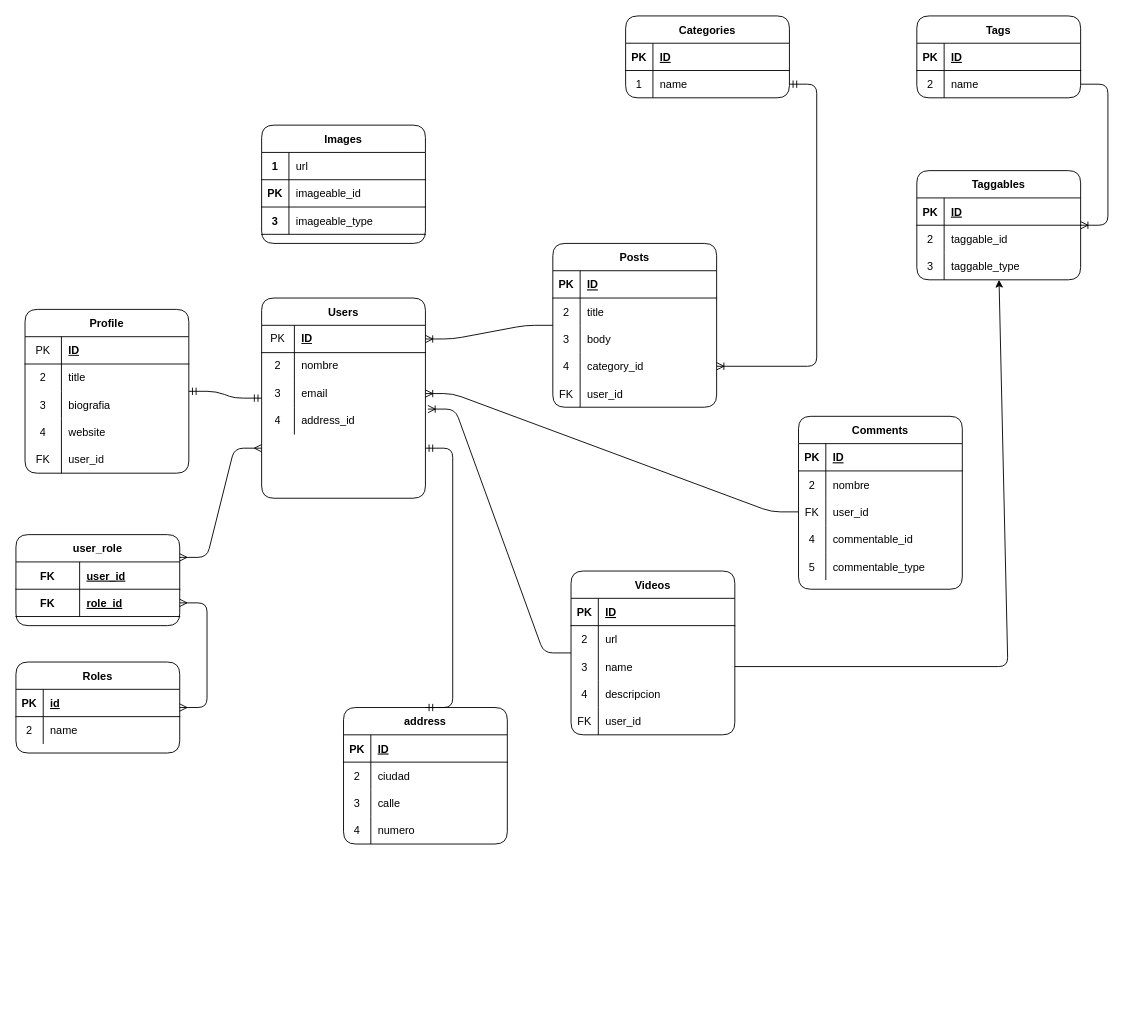
The draw.io diagram Diagramas/DiagramaDB.drawio in alansanchez96/PostsApp-Laravel, before the edit. Source tidied: cells renumbered, new cells numbered last; positions are measured from the earlier drawing's top-left corner, leaving out a move shared by most shapes. Both pictures are drawn from the tidied source at 91%, with x=0, y=0 at pixel (15, 15).
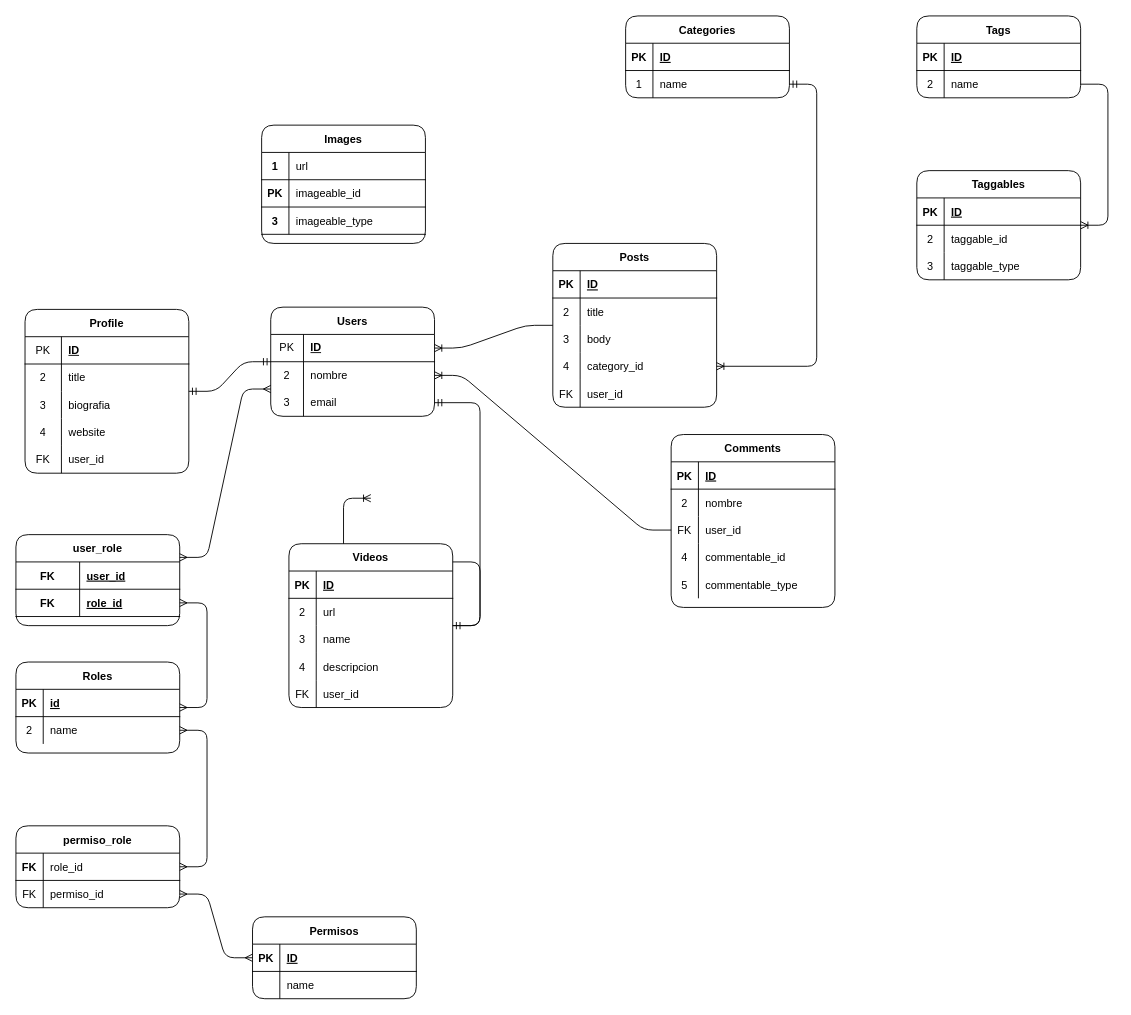
Above is the later version.

Commit message:
Eliminando dato compuesto: Address

Unchanged cells that the change refers to:
```xml
<mxCell id="9" style="shape=partialRectangle;fillColor=none;top=0;left=0;bottom=0;right=0;points=[[0,0.5],[1,0.5]];portConstraint=eastwest;rounded=1;" parent="5" vertex="1">
  <mxGeometry y="60" width="180" height="30" as="geometry" />
</mxCell>
<mxCell id="38" style="shape=partialRectangle;fillColor=none;top=0;left=0;bottom=0;right=0;points=[[0,0.5],[1,0.5]];portConstraint=eastwest;rounded=1;" parent="31" vertex="1">
  <mxGeometry y="90" width="180" height="30" as="geometry" />
</mxCell>
<mxCell id="67" style="shape=partialRectangle;html=1;whiteSpace=wrap;fillColor=none;top=0;left=0;bottom=0;right=0;points=[[0,0.5],[1,0.5]];portConstraint=eastwest;rounded=1;" parent="63" vertex="1">
  <mxGeometry y="60" width="180" height="30" as="geometry" />
</mxCell>
<mxCell id="70" style="shape=partialRectangle;html=1;whiteSpace=wrap;fillColor=none;top=0;left=0;bottom=0;right=0;points=[[0,0.5],[1,0.5]];portConstraint=eastwest;rounded=1;" parent="63" vertex="1">
  <mxGeometry y="90" width="180" height="30" as="geometry" />
</mxCell>
<mxCell id="99" style="shape=partialRectangle;fillColor=none;top=0;left=0;bottom=0;right=0;points=[[0,0.5],[1,0.5]];portConstraint=eastwest;rounded=1;" parent="92" vertex="1">
  <mxGeometry y="90" width="180" height="30" as="geometry" />
</mxCell>
<mxCell id="122" style="shape=partialRectangle;fillColor=none;top=0;left=0;bottom=0;right=0;points=[[0,0.5],[1,0.5]];portConstraint=eastwest;rounded=1;" parent="115" vertex="1">
  <mxGeometry y="90" width="180" height="30" as="geometry" />
</mxCell>
```

Change to the diagram source:
```diff
@@
-    <mxCell id="4" style="edgeStyle=entityRelationEdgeStyle;fontSize=12;html=1;endArrow=ERoneToMany;rounded=1;entryX=1.015;entryY=0.068;entryDx=0;entryDy=0;entryPerimeter=0;" parent="1" edge="1" source="92" target="73">
-      <mxGeometry relative="1" as="geometry" />
+    <mxCell id="4" style="edgeStyle=entityRelationEdgeStyle;fontSize=12;html=1;endArrow=ERoneToMany;rounded=1;entryX=1.015;entryY=0.068;entryDx=0;entryDy=0;entryPerimeter=0;" parent="1" edge="1" source="92">
+      <mxGeometry relative="1" as="geometry">
+        <mxPoint x="390" y="530" as="targetPoint" />
+      </mxGeometry>
     </mxCell>
@@
     <mxCell id="31" value="Comments" style="shape=table;startSize=30;childLayout=tableLayout;rowLines=0;fontStyle=1;align=center;rounded=1;" parent="1" vertex="1">
-      <mxGeometry x="860" y="440" width="180" height="190" as="geometry" />
+      <mxGeometry x="720" y="460" width="180" height="190" as="geometry" />
     </mxCell>
@@
     <mxCell id="63" value="Users" style="shape=table;startSize=30;childLayout=tableLayout;rowLines=0;fontStyle=1;align=center;rounded=1;" parent="1" vertex="1">
-      <mxGeometry x="270" y="310" width="180" height="220" as="geometry" />
+      <mxGeometry x="280" y="320" width="180" height="120" as="geometry" />
     </mxCell>
@@
-    <mxCell id="73" style="shape=partialRectangle;html=1;whiteSpace=wrap;fillColor=none;top=0;left=0;bottom=0;right=0;points=[[0,0.5],[1,0.5]];portConstraint=eastwest;rounded=1;" parent="63" vertex="1">
-      <mxGeometry y="120" width="180" height="30" as="geometry" />
-    </mxCell>
-    <mxCell id="74" value="4" style="shape=partialRectangle;html=1;whiteSpace=wrap;fillColor=none;top=0;left=0;bottom=0;right=0;overflow=hidden;rounded=1;" parent="73" vertex="1">
-      <mxGeometry width="36" height="30" as="geometry" />
-    </mxCell>
-    <mxCell id="75" value="address_id" style="shape=partialRectangle;html=1;whiteSpace=wrap;fillColor=none;top=0;left=0;bottom=0;right=0;align=left;spacingLeft=6;overflow=hidden;rounded=1;" parent="73" vertex="1">
-      <mxGeometry x="36" width="144" height="30" as="geometry" />
-    </mxCell>
@@
     <mxCell id="92" value="Videos" style="shape=table;startSize=30;childLayout=tableLayout;rowLines=0;fontStyle=1;align=center;rounded=1;" parent="1" vertex="1">
-      <mxGeometry x="610" y="610" width="180" height="180" as="geometry" />
+      <mxGeometry x="300" y="580" width="180" height="180" as="geometry" />
     </mxCell>
@@
-    <mxCell id="126" style="edgeStyle=none;rounded=1;html=1;exitX=1;exitY=0.5;exitDx=0;exitDy=0;" parent="1" edge="1" source="99" target="122">
-      <mxGeometry relative="1" as="geometry">
-        <Array as="points">
-          <mxPoint x="1090" y="715" />
-        </Array>
-      </mxGeometry>
-    </mxCell>
-    <mxCell id="127" style="edgeStyle=entityRelationEdgeStyle;fontSize=12;html=1;endArrow=ERoneToMany;rounded=1;exitX=0;exitY=0.5;exitDx=0;exitDy=0;entryX=1;entryY=0.5;entryDx=0;entryDy=0;" parent="1" edge="1" source="38" target="70">
+    <mxCell id="127" style="edgeStyle=entityRelationEdgeStyle;fontSize=12;html=1;endArrow=ERoneToMany;rounded=1;exitX=0;exitY=0.5;exitDx=0;exitDy=0;entryX=1;entryY=0.5;entryDx=0;entryDy=0;" parent="1" edge="1" source="38" target="67">
       <mxGeometry relative="1" as="geometry" />
     </mxCell>
-    <mxCell id="128" value="address" style="shape=table;startSize=30;childLayout=tableLayout;rowLines=0;fontStyle=1;align=center;rounded=1;" parent="1" vertex="1">
-      <mxGeometry x="360" y="760" width="180" height="150" as="geometry" />
-    </mxCell>
-    <mxCell id="129" style="shape=partialRectangle;fillColor=none;top=0;left=0;bottom=1;right=0;rounded=1;" parent="128" vertex="1">
-      <mxGeometry y="30" width="180" height="30" as="geometry" />
-    </mxCell>
-    <mxCell id="130" value="PK" style="shape=partialRectangle;fillColor=none;top=0;left=0;bottom=0;right=0;fontStyle=1;overflow=hidden;rounded=1;" parent="129" vertex="1">
-      <mxGeometry width="30" height="30" as="geometry" />
-    </mxCell>
-    <mxCell id="131" value="ID" style="shape=partialRectangle;fillColor=none;top=0;left=0;bottom=0;right=0;align=left;spacingLeft=6;fontStyle=5;overflow=hidden;rounded=1;" parent="129" vertex="1">
-      <mxGeometry x="30" width="150" height="30" as="geometry" />
-    </mxCell>
-    <mxCell id="132" style="shape=partialRectangle;fillColor=none;top=0;left=0;bottom=0;right=0;rounded=1;" parent="128" vertex="1">
-      <mxGeometry y="60" width="180" height="30" as="geometry" />
-    </mxCell>
-    <mxCell id="133" value="2" style="shape=partialRectangle;fillColor=none;top=0;left=0;bottom=0;right=0;overflow=hidden;rounded=1;" parent="132" vertex="1">
-      <mxGeometry width="30" height="30" as="geometry" />
-    </mxCell>
-    <mxCell id="134" value="ciudad" style="shape=partialRectangle;fillColor=none;top=0;left=0;bottom=0;right=0;align=left;spacingLeft=6;overflow=hidden;rounded=1;" parent="132" vertex="1">
-      <mxGeometry x="30" width="150" height="30" as="geometry" />
-    </mxCell>
-    <mxCell id="135" style="shape=partialRectangle;fillColor=none;top=0;left=0;bottom=0;right=0;rounded=1;" parent="128" vertex="1">
-      <mxGeometry y="90" width="180" height="30" as="geometry" />
-    </mxCell>
-    <mxCell id="136" value="3" style="shape=partialRectangle;fillColor=none;top=0;left=0;bottom=0;right=0;overflow=hidden;rounded=1;" parent="135" vertex="1">
-      <mxGeometry width="30" height="30" as="geometry" />
-    </mxCell>
-    <mxCell id="137" value="calle" style="shape=partialRectangle;fillColor=none;top=0;left=0;bottom=0;right=0;align=left;spacingLeft=6;overflow=hidden;rounded=1;" parent="135" vertex="1">
-      <mxGeometry x="30" width="150" height="30" as="geometry" />
-    </mxCell>
-    <mxCell id="138" style="shape=partialRectangle;fillColor=none;top=0;left=0;bottom=0;right=0;rounded=1;" parent="128" vertex="1">
-      <mxGeometry y="120" width="180" height="30" as="geometry" />
-    </mxCell>
-    <mxCell id="139" value="4" style="shape=partialRectangle;fillColor=none;top=0;left=0;bottom=0;right=0;overflow=hidden;rounded=1;" parent="138" vertex="1">
-      <mxGeometry width="30" height="30" as="geometry" />
-    </mxCell>
-    <mxCell id="140" value="numero" style="shape=partialRectangle;fillColor=none;top=0;left=0;bottom=0;right=0;align=left;spacingLeft=6;overflow=hidden;rounded=1;" parent="138" vertex="1">
-      <mxGeometry x="30" width="150" height="30" as="geometry" />
-    </mxCell>
-    <mxCell id="141" style="edgeStyle=entityRelationEdgeStyle;fontSize=12;html=1;endArrow=ERmandOne;startArrow=ERmandOne;rounded=1;exitX=0.5;exitY=0;exitDx=0;exitDy=0;entryX=1;entryY=0.75;entryDx=0;entryDy=0;" parent="1" edge="1" source="128" target="63">
-      <mxGeometry relative="1" as="geometry" />
-    </mxCell>
@@
+    <mxCell id="150" value="Permisos" style="shape=table;startSize=30;childLayout=tableLayout;rowLines=0;fontStyle=1;align=center;rounded=1;" parent="1" vertex="1">
+      <mxGeometry x="260" y="990" width="180" height="90" as="geometry" />
+    </mxCell>
+    <mxCell id="151" style="shape=partialRectangle;fillColor=none;top=0;left=0;bottom=1;right=0;points=[[0,0.5],[1,0.5]];portConstraint=eastwest;rounded=1;" parent="150" vertex="1">
+      <mxGeometry y="30" width="180" height="30" as="geometry" />
+    </mxCell>
+    <mxCell id="130" value="PK" style="shape=partialRectangle;fillColor=none;top=0;left=0;bottom=0;right=0;fontStyle=1;overflow=hidden;rounded=1;" parent="151" vertex="1">
+      <mxGeometry width="30" height="30" as="geometry" />
+    </mxCell>
+    <mxCell id="131" value="ID" style="shape=partialRectangle;fillColor=none;top=0;left=0;bottom=0;right=0;align=left;spacingLeft=6;fontStyle=5;overflow=hidden;rounded=1;" parent="151" vertex="1">
+      <mxGeometry x="30" width="150" height="30" as="geometry" />
+    </mxCell>
+    <mxCell id="152" style="shape=partialRectangle;fillColor=none;top=0;left=0;bottom=0;right=0;rounded=1;" parent="150" vertex="1">
+      <mxGeometry y="60" width="180" height="30" as="geometry" />
+    </mxCell>
+    <mxCell id="153" style="shape=partialRectangle;fillColor=none;top=0;left=0;bottom=0;right=0;overflow=hidden;rounded=1;" parent="152" vertex="1">
+      <mxGeometry width="30" height="30" as="geometry" />
+    </mxCell>
+    <mxCell id="154" value="name" style="shape=partialRectangle;fillColor=none;top=0;left=0;bottom=0;right=0;align=left;spacingLeft=6;overflow=hidden;rounded=1;" parent="152" vertex="1">
+      <mxGeometry x="30" width="150" height="30" as="geometry" />
+    </mxCell>
+    <mxCell id="155" value="permiso_role" style="shape=table;startSize=30;childLayout=tableLayout;rowLines=0;fontStyle=1;align=center;rounded=1;" parent="1" vertex="1">
+      <mxGeometry y="890" width="180" height="90" as="geometry" />
+    </mxCell>
+    <mxCell id="156" style="shape=partialRectangle;fillColor=none;top=0;left=0;bottom=1;right=0;rounded=1;" parent="155" vertex="1">
+      <mxGeometry y="30" width="180" height="30" as="geometry" />
+    </mxCell>
+    <mxCell id="157" value="FK" style="shape=partialRectangle;fillColor=none;top=0;left=0;bottom=0;right=0;fontStyle=1;overflow=hidden;rounded=1;" parent="156" vertex="1">
+      <mxGeometry width="30" height="30" as="geometry" />
+    </mxCell>
+    <mxCell id="158" value="role_id" style="shape=partialRectangle;fillColor=none;top=0;left=0;bottom=0;right=0;align=left;spacingLeft=6;fontStyle=0;overflow=hidden;rounded=1;" parent="156" vertex="1">
+      <mxGeometry x="30" width="150" height="30" as="geometry" />
+    </mxCell>
+    <mxCell id="159" style="shape=partialRectangle;fillColor=none;top=0;left=0;bottom=0;right=0;points=[[0,0.5],[1,0.5]];portConstraint=eastwest;rounded=1;" parent="155" vertex="1">
+      <mxGeometry y="60" width="180" height="30" as="geometry" />
+    </mxCell>
+    <mxCell id="160" value="FK" style="shape=partialRectangle;fillColor=none;top=0;left=0;bottom=0;right=0;overflow=hidden;rounded=1;" parent="159" vertex="1">
+      <mxGeometry width="30" height="30" as="geometry" />
+    </mxCell>
+    <mxCell id="161" value="permiso_id" style="shape=partialRectangle;fillColor=none;top=0;left=0;bottom=0;right=0;align=left;spacingLeft=6;overflow=hidden;rounded=1;" parent="159" vertex="1">
+      <mxGeometry x="30" width="150" height="30" as="geometry" />
+    </mxCell>
+    <mxCell id="162" style="edgeStyle=entityRelationEdgeStyle;fontSize=12;html=1;endArrow=ERmany;startArrow=ERmany;rounded=1;exitX=0;exitY=0.5;exitDx=0;exitDy=0;entryX=1;entryY=0.5;entryDx=0;entryDy=0;" parent="1" edge="1" source="151" target="159">
+      <mxGeometry relative="1" as="geometry" />
+    </mxCell>
+    <mxCell id="163" style="edgeStyle=entityRelationEdgeStyle;fontSize=12;html=1;endArrow=ERmany;startArrow=ERmany;rounded=1;" parent="1" edge="1" source="155" target="9">
+      <mxGeometry relative="1" as="geometry" />
+    </mxCell>
+    <mxCell id="164" style="edgeStyle=entityRelationEdgeStyle;fontSize=12;html=1;endArrow=ERmandOne;startArrow=ERmandOne;rounded=1;" parent="1" edge="1" source="92" target="70">
+      <mxGeometry relative="1" as="geometry" />
+    </mxCell>
```
